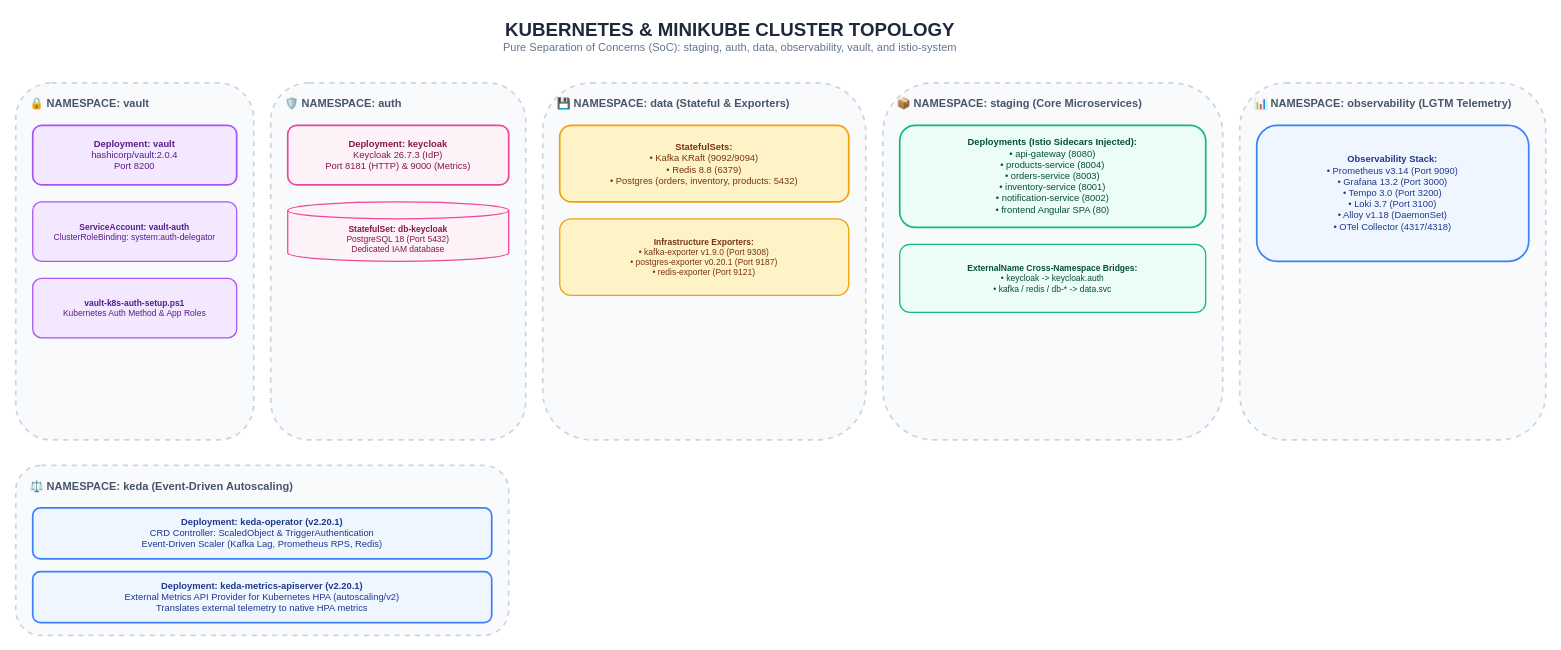
Earlier version of the draw.io diagram page "6. Kubernetes & Minikube Cluster Topology" (6 of 12) of docs/Diagrams.drawio (GeorgeGxx/microservices-architecture). Source tidied: cells renumbered, new cells numbered last; positions are measured from the earlier drawing's top-left corner, leaving out a move shared by most shapes. Both pictures are drawn from the tidied source at 85%, with x=0, y=0 at pixel (15, 14).
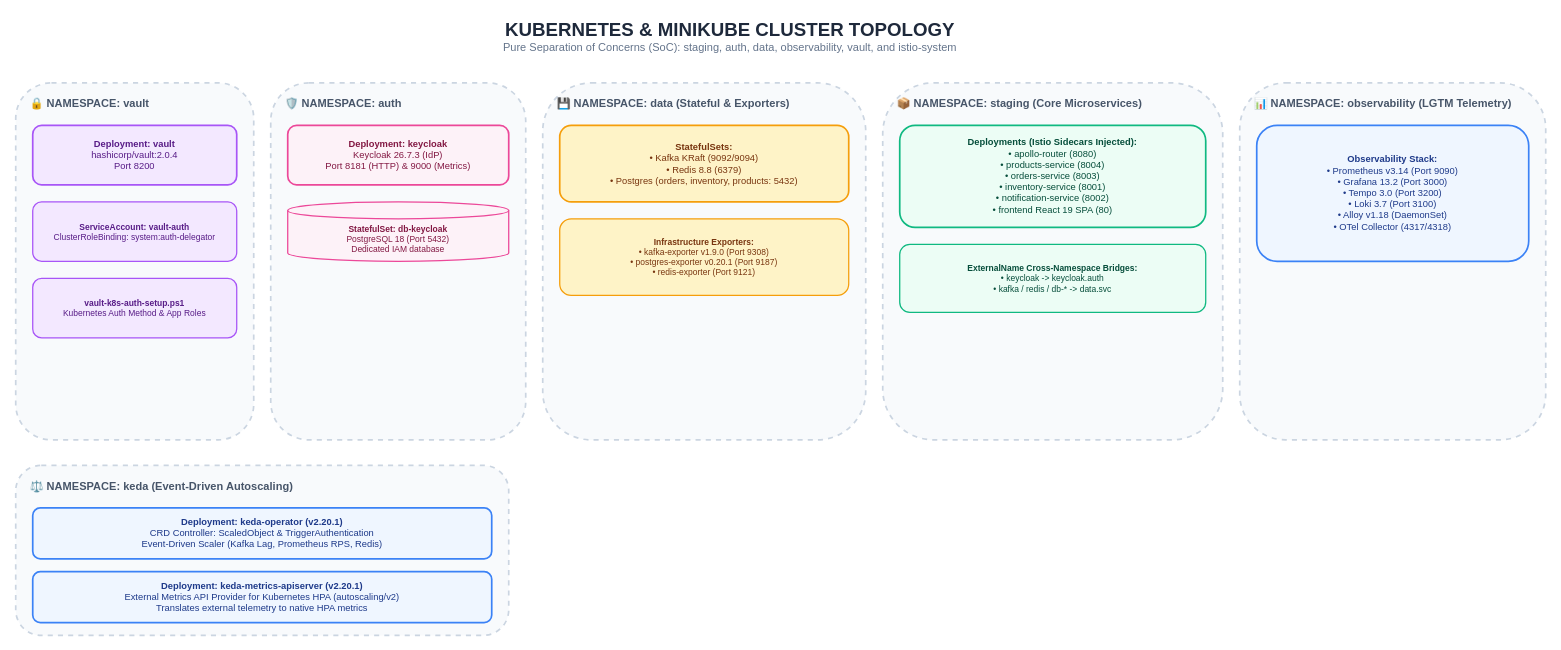
The same page after the edit.

Change to the diagram source:
```diff
@@
-    <mxCell id="14" value="&lt;b&gt;Deployments (Istio Sidecars Injected):&lt;/b&gt;&lt;br&gt;• api-gateway (8080)&lt;br&gt;• products-service (8004)&lt;br&gt;• orders-service (8003)&lt;br&gt;• inventory-service (8001)&lt;br&gt;• notification-service (8002)&lt;br&gt;• frontend Angular SPA (80)" style="rounded=1;whiteSpace=wrap;html=1;fillColor=#ECFDF5;strokeColor=#10B981;strokeWidth=2;fontColor=#064E3B;fontSize=11;" parent="1" vertex="1">
+    <mxCell id="14" value="&lt;b&gt;Deployments (Istio Sidecars Injected):&lt;/b&gt;&lt;br&gt;• apollo-router (8080)&lt;br&gt;• products-service (8004)&lt;br&gt;• orders-service (8003)&lt;br&gt;• inventory-service (8001)&lt;br&gt;• notification-service (8002)&lt;br&gt;• frontend React 19 SPA (80)" style="rounded=1;whiteSpace=wrap;html=1;fillColor=#ECFDF5;strokeColor=#10B981;strokeWidth=2;fontColor=#064E3B;fontSize=11;" parent="1" vertex="1">
       <mxGeometry x="1040" y="130" width="360" height="120" as="geometry" />
     </mxCell>
```
